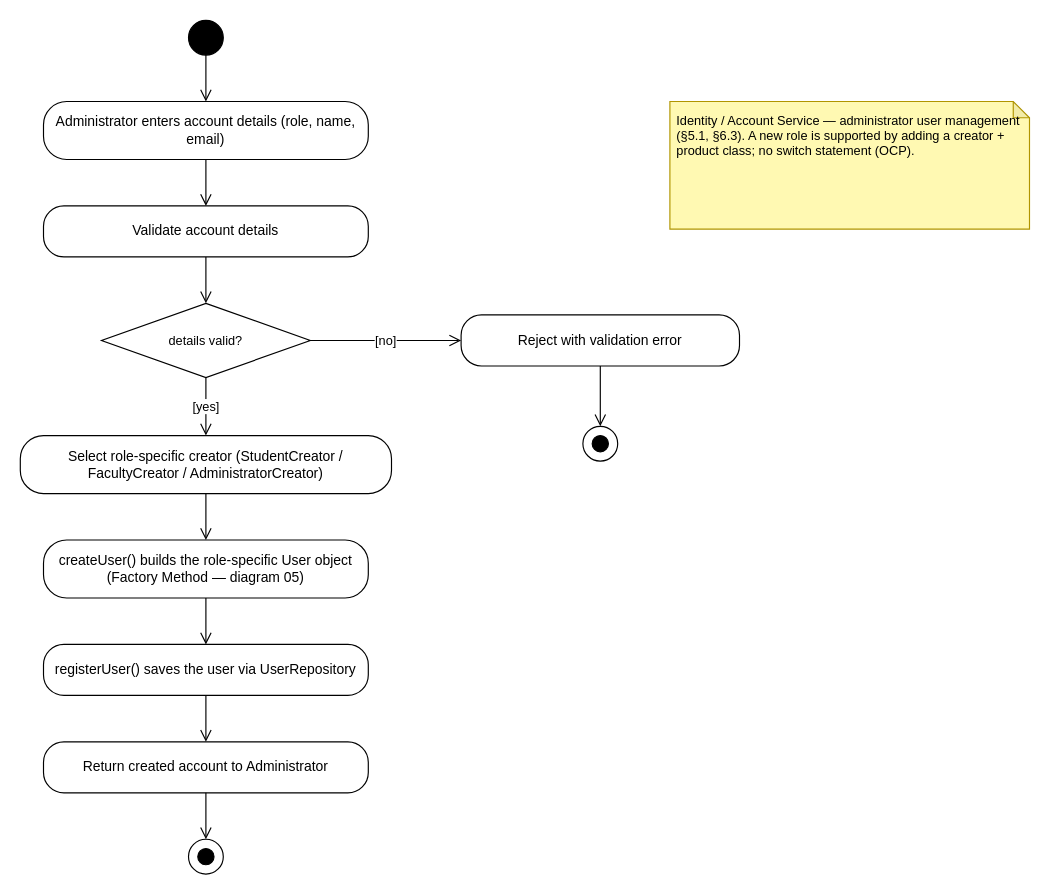
Tharusha-dev/soft_architect_redda keeps this draw.io diagram as Diagrams/Activity_diagrams/act-1-identity-account.drawio. Above is the earlier version. Source tidied: cells renumbered, new cells numbered last; positions are measured from the earlier drawing's top-left corner, leaving out a move shared by most shapes. Both pictures are drawn from the tidied source at 116%, with x=0, y=0 at pixel (20, 20).
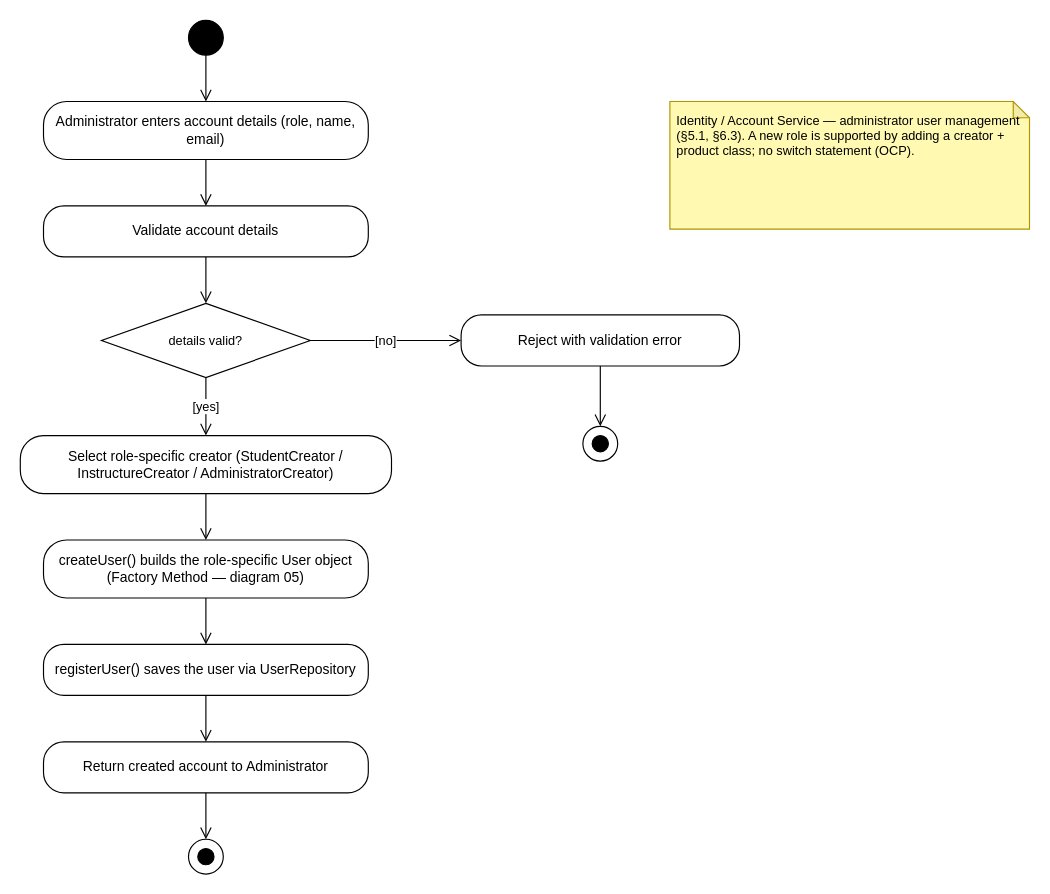
The same diagram, later.

What changed in the source:
```diff
@@
-    <mxCell id="9" value="Select role-specific creator (StudentCreator / FacultyCreator / AdministratorCreator)" style="rounded=1;whiteSpace=wrap;html=1;arcSize=40;" parent="1" vertex="1">
+    <mxCell id="9" value="Select role-specific creator (StudentCreator / InstructureCreator / AdministratorCreator)" style="rounded=1;whiteSpace=wrap;html=1;arcSize=40;" parent="1" vertex="1">
       <mxGeometry y="358" width="320" height="50" as="geometry" />
     </mxCell>
```
